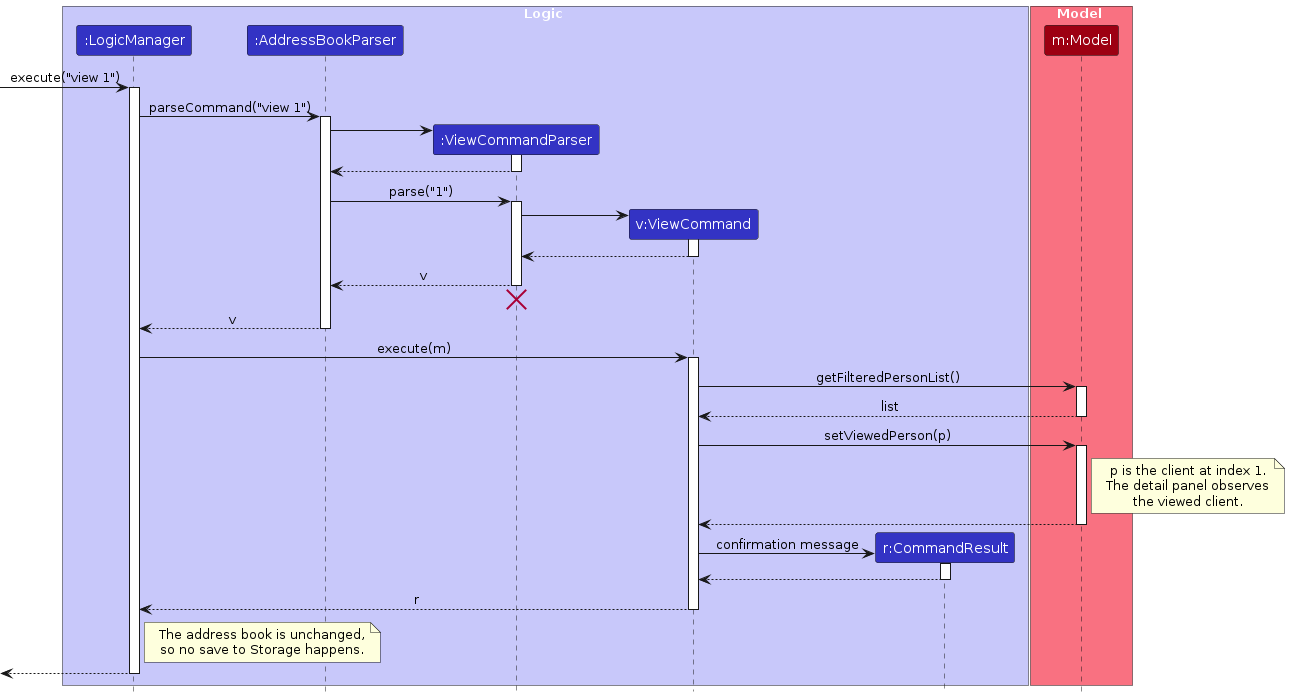
The PlantUML diagram diagrams/ViewSequenceDiagram.png in AY2627S1-CS2103T-F14a-2/tp, before a commit. Its source is kept beside it as diagrams/ViewSequenceDiagram.puml.
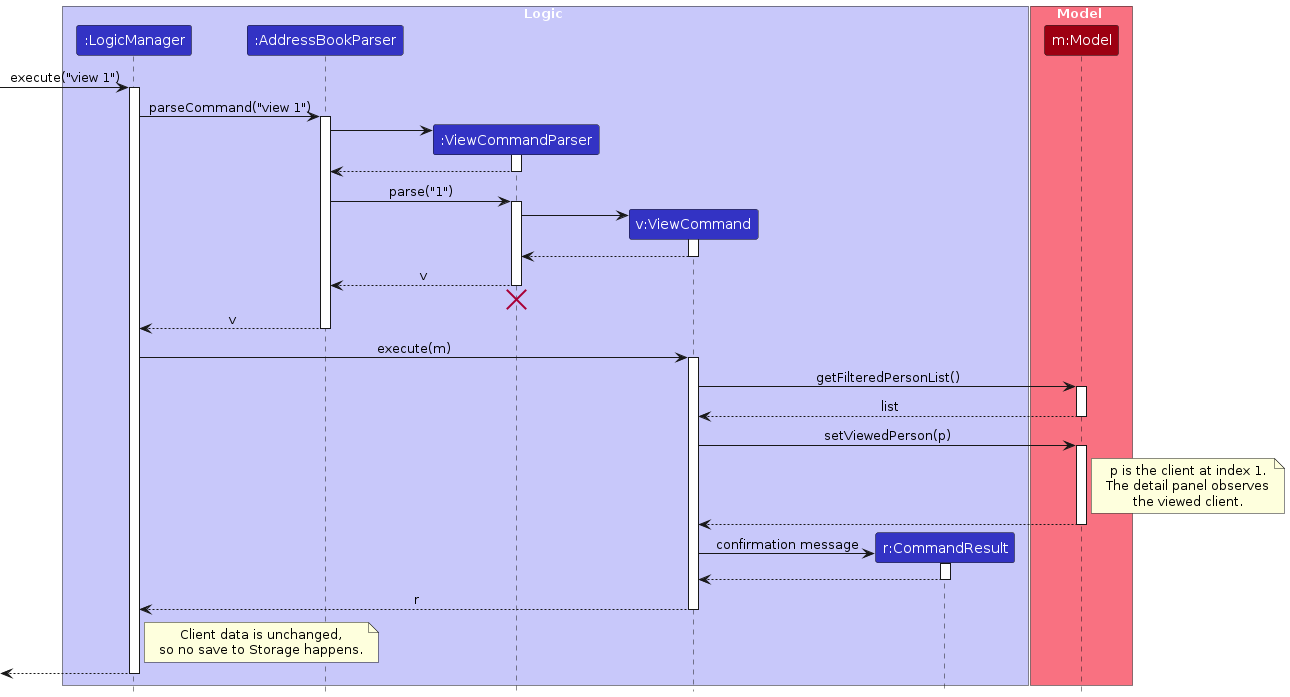
Above is the later version.

Diff of the diagram source:
```diff
@@ -77,7 +77,7 @@
 deactivate ViewCommand
 
 note right of LogicManager
-  The address book is unchanged,
+  Client data is unchanged,
   so no save to Storage happens.
 end note
 
```
